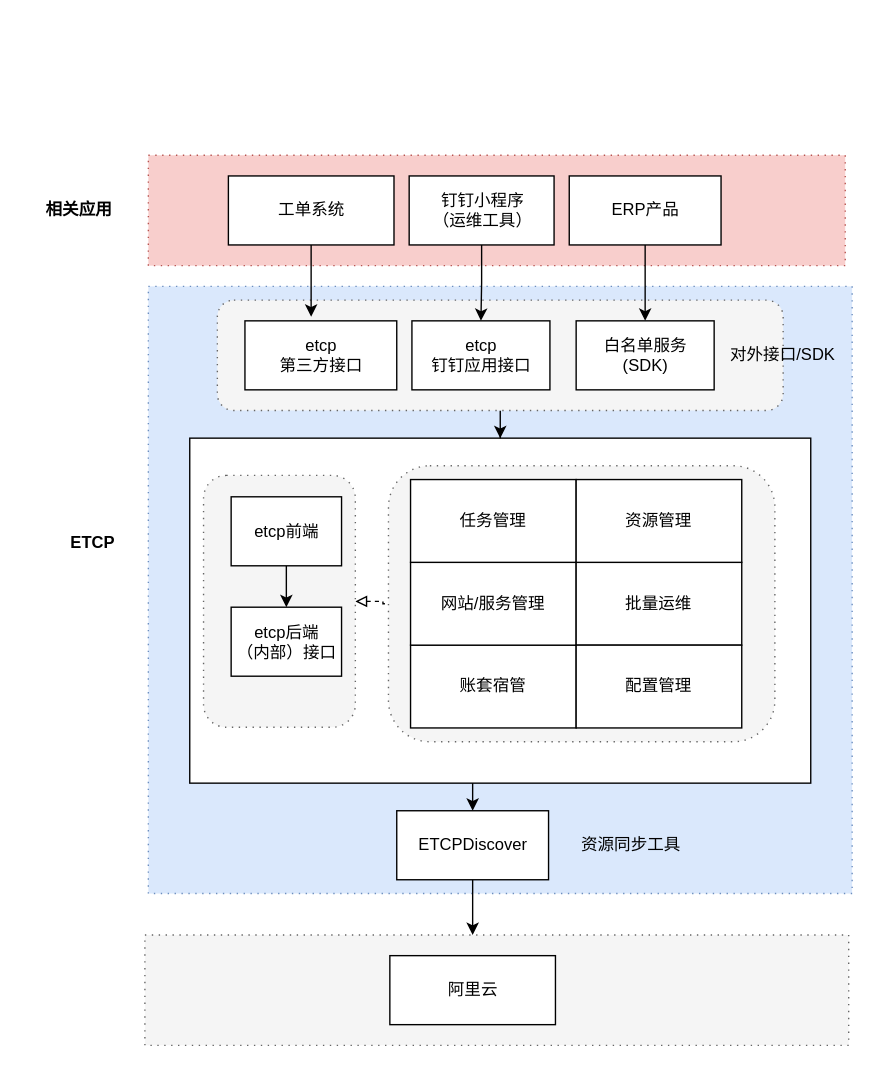
Before: page "ETCP" (1 of 4) of devops.drawio in mashifei/uml, a draw.io diagram. Source tidied: cells renumbered, new cells numbered last; positions are measured from the earlier drawing's top-left corner, leaving out a move shared by most shapes. Both pictures are drawn from the tidied source at 138%, with x=0, y=0 at pixel (23, 155).
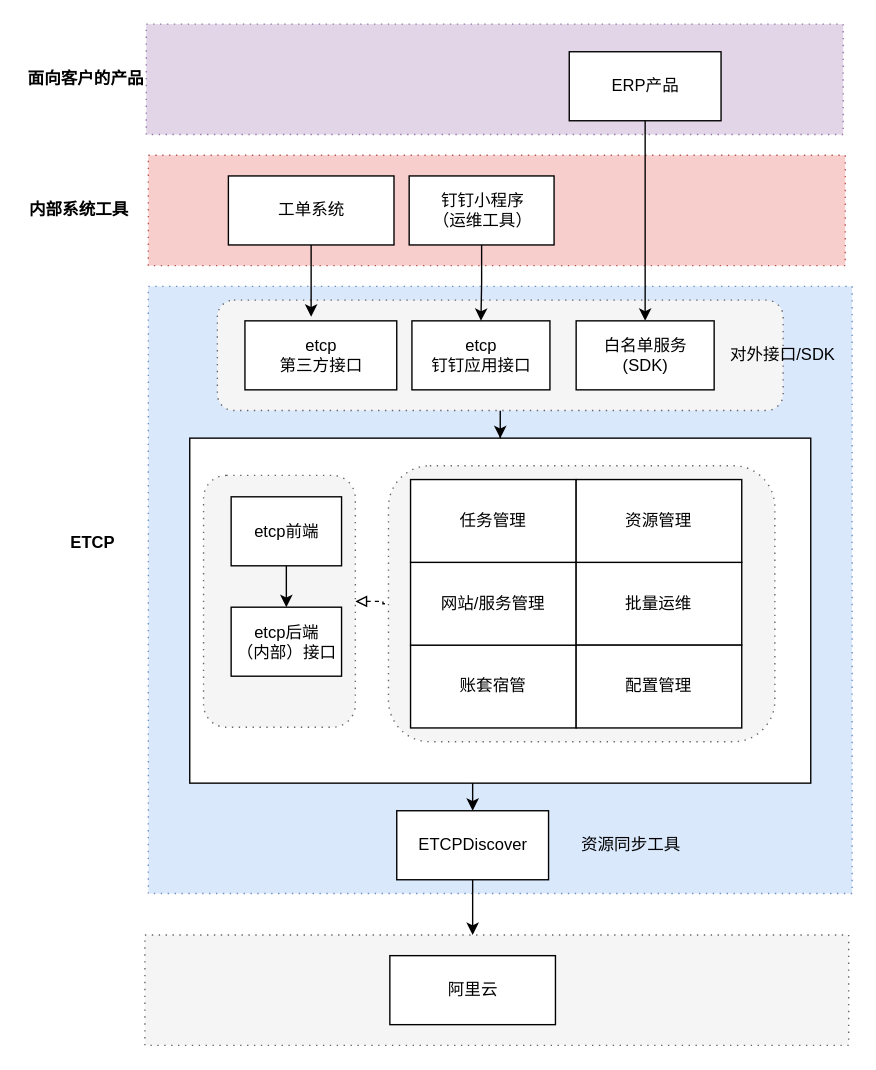
The same diagram, later.

The edit, as a diff of the source:
```diff
@@
+    <mxCell id="37" style="shape=ext;rounded=0;html=1;whiteSpace=wrap;dashed=1;dashPattern=1 4;fillColor=#e1d5e7;strokeColor=#9673a6;shadow=0;glass=0;comic=0;" parent="1" vertex="1">
+      <mxGeometry x="88.5" y="-95" width="505" height="80" as="geometry" />
+    </mxCell>
@@
-    <mxCell id="16" value="相关应用" style="text;html=1;strokeColor=none;fillColor=none;align=center;verticalAlign=middle;whiteSpace=wrap;rounded=0;fontStyle=1;" parent="1" vertex="1">
+    <mxCell id="16" value="内部系统工具" style="text;html=1;strokeColor=none;fillColor=none;align=center;verticalAlign=middle;whiteSpace=wrap;rounded=0;fontStyle=1;" parent="1" vertex="1">
       <mxGeometry y="30" width="80" height="20" as="geometry" />
     </mxCell>
@@
     <mxCell id="22" value="ERP产品" style="html=1;" parent="1" vertex="1">
-      <mxGeometry x="395" y="15" width="110" height="50" as="geometry" />
+      <mxGeometry x="395" y="-75" width="110" height="50" as="geometry" />
     </mxCell>
@@
+    <mxCell id="38" value="面向客户的产品" style="text;html=1;strokeColor=none;fillColor=none;align=center;verticalAlign=middle;whiteSpace=wrap;rounded=0;fontStyle=1;" parent="1" vertex="1">
+      <mxGeometry y="-65" width="90" height="20" as="geometry" />
+    </mxCell>
```
